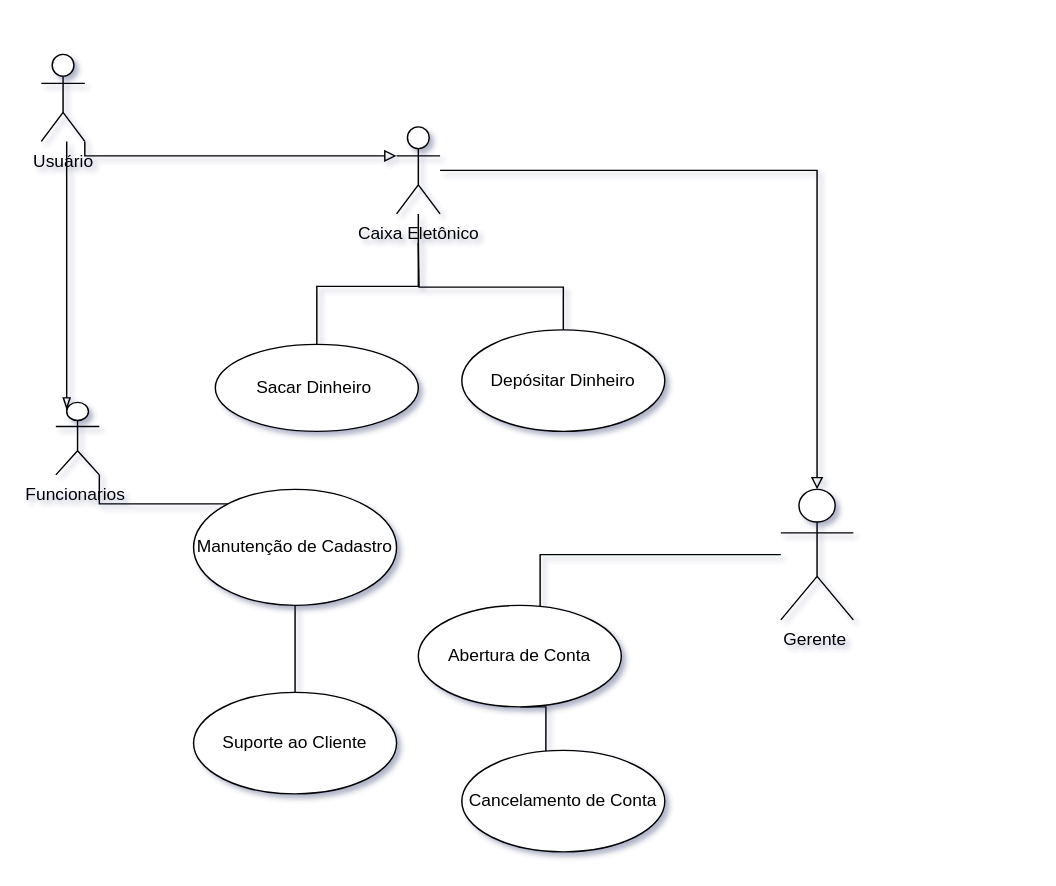
Earlier version of the draw.io diagram exercio1.drawio (ohdiegu/exerciosCasoDeUso-). Source tidied: cells renumbered, new cells numbered last; positions are measured from the earlier drawing's top-left corner, leaving out a move shared by most shapes. Both pictures are drawn from the tidied source at 145%, with x=0, y=0 at pixel (41, 54).
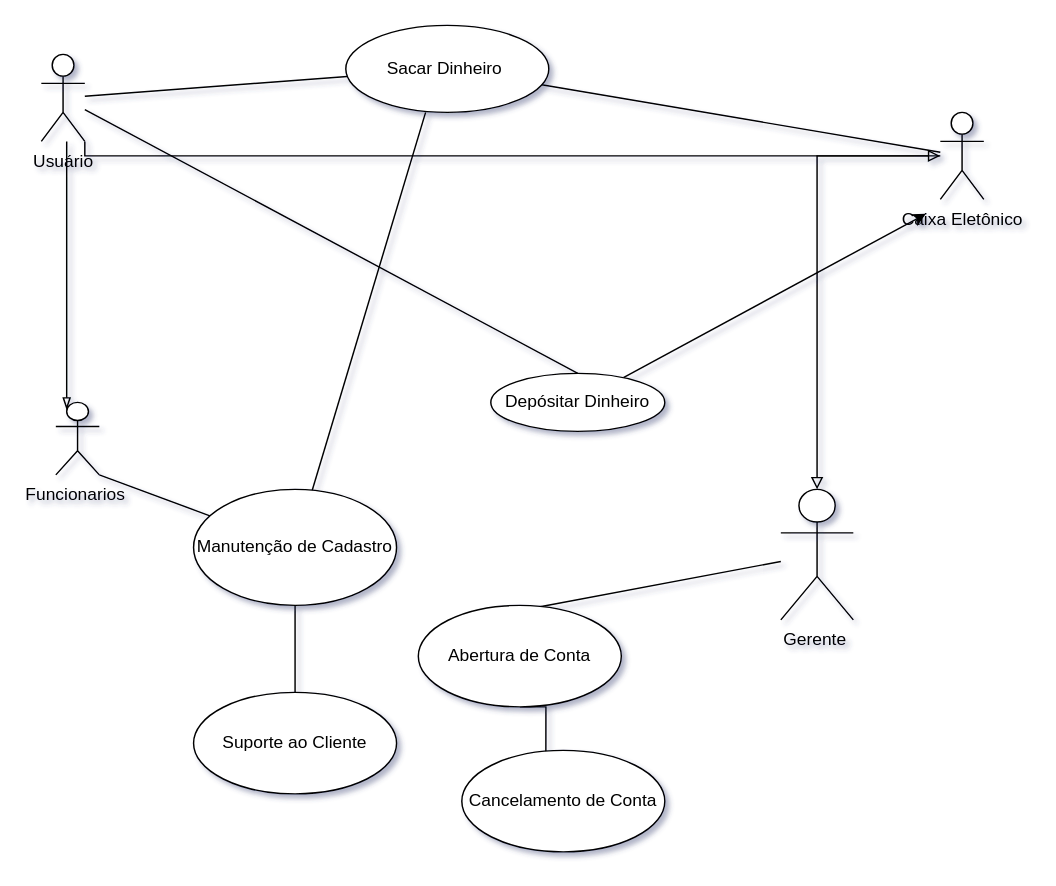
The same diagram, later.

The change refers to these unchanged cells:
```xml
<mxCell id="6" value="Gerente&amp;nbsp;&lt;br&gt;" style="shape=umlActor;html=1;verticalLabelPosition=bottom;verticalAlign=top;align=center;" parent="1" vertex="1">
  <mxGeometry x="510" y="300" width="50" height="90" as="geometry" />
</mxCell>
<mxCell id="8" value="Funcionarios&amp;nbsp;&lt;br&gt;" style="shape=umlActor;html=1;verticalLabelPosition=bottom;verticalAlign=top;align=center;" parent="1" vertex="1">
  <mxGeometry x="10" y="240" width="30" height="50" as="geometry" />
</mxCell>
<mxCell id="10" value="Abertura de Conta" style="ellipse;whiteSpace=wrap;html=1;" parent="1" vertex="1">
  <mxGeometry x="260" y="380" width="140" height="70" as="geometry" />
</mxCell>
<mxCell id="16" value="Usuário&lt;br&gt;" style="shape=umlActor;html=1;verticalLabelPosition=bottom;verticalAlign=top;align=center;" parent="1" vertex="1">
  <mxGeometry width="30" height="60" as="geometry" />
</mxCell>
<mxCell id="19" value="Manutenção de Cadastro" style="ellipse;whiteSpace=wrap;html=1;" parent="1" vertex="1">
  <mxGeometry x="105" y="300" width="140" height="80" as="geometry" />
</mxCell>
```

Change to the diagram source:
```diff
@@
     <mxCell id="2" value="Sacar Dinheiro&amp;nbsp;&lt;br&gt;" style="ellipse;whiteSpace=wrap;html=1;" parent="1" vertex="1">
-      <mxGeometry x="120" y="200" width="140" height="60" as="geometry" />
+      <mxGeometry x="210" y="-20" width="140" height="60" as="geometry" />
     </mxCell>
-    <mxCell id="3" style="edgeStyle=orthogonalEdgeStyle;rounded=0;jettySize=auto;html=1;exitX=0.5;exitY=0;exitDx=0;exitDy=0;endArrow=none;endFill=0;" parent="1" edge="1" source="4">
-      <mxGeometry relative="1" as="geometry">
-        <mxPoint x="260" y="130" as="targetPoint" />
-      </mxGeometry>
+    <mxCell id="3" style="rounded=0;jettySize=auto;html=1;exitX=0.5;exitY=0;exitDx=0;exitDy=0;endArrow=none;endFill=0;" parent="1" edge="1" source="4" target="16">
+      <mxGeometry relative="1" as="geometry" />
     </mxCell>
+    <mxCell id="21" style="rounded=0;jettySize=auto;html=1;" parent="1" edge="1" source="4">
+      <mxGeometry relative="1" as="geometry">
+        <mxPoint x="610" y="110" as="targetPoint" />
+      </mxGeometry>
+    </mxCell>
     <mxCell id="4" value="Depósitar Dinheiro&lt;br&gt;" style="ellipse;whiteSpace=wrap;html=1;" parent="1" vertex="1">
-      <mxGeometry x="290" y="190" width="140" height="70" as="geometry" />
+      <mxGeometry x="310" y="220" width="120" height="40" as="geometry" />
     </mxCell>
-    <mxCell id="5" style="edgeStyle=orthogonalEdgeStyle;rounded=0;jettySize=auto;html=1;entryX=0.6;entryY=0.014;entryDx=0;entryDy=0;entryPerimeter=0;endArrow=none;endFill=0;" parent="1" edge="1" source="6" target="10">
+    <mxCell id="5" style="rounded=0;jettySize=auto;html=1;entryX=0.6;entryY=0.014;entryDx=0;entryDy=0;entryPerimeter=0;endArrow=none;endFill=0;" parent="1" edge="1" source="6" target="10">
       <mxGeometry relative="1" as="geometry" />
     </mxCell>
@@
-    <mxCell id="7" style="edgeStyle=orthogonalEdgeStyle;rounded=0;jettySize=auto;html=1;exitX=1;exitY=1;exitDx=0;exitDy=0;exitPerimeter=0;endArrow=none;endFill=0;" parent="1" edge="1" source="8" target="19">
-      <mxGeometry relative="1" as="geometry">
-        <Array as="points">
-          <mxPoint x="40" y="310" />
-        </Array>
-      </mxGeometry>
+    <mxCell id="7" style="rounded=0;jettySize=auto;html=1;exitX=1;exitY=1;exitDx=0;exitDy=0;exitPerimeter=0;endArrow=none;endFill=0;" parent="1" edge="1" source="8" target="19">
+      <mxGeometry relative="1" as="geometry" />
     </mxCell>
@@
-    <mxCell id="11" style="edgeStyle=orthogonalEdgeStyle;rounded=0;jettySize=auto;html=1;endArrow=none;endFill=0;" parent="1" edge="1" source="13" target="2">
-      <mxGeometry relative="1" as="geometry">
-        <Array as="points">
-          <mxPoint x="260" y="160" />
-          <mxPoint x="190" y="160" />
-        </Array>
-      </mxGeometry>
+    <mxCell id="11" style="rounded=0;jettySize=auto;html=1;endArrow=none;endFill=0;" parent="1" edge="1" source="13" target="2">
+      <mxGeometry relative="1" as="geometry" />
     </mxCell>
@@
     <mxCell id="13" value="Caixa Eletônico&lt;br&gt;" style="shape=umlActor;html=1;verticalLabelPosition=bottom;verticalAlign=top;align=center;" parent="1" vertex="1">
-      <mxGeometry x="245" y="50" width="30" height="60" as="geometry" />
+      <mxGeometry x="620" y="40" width="30" height="60" as="geometry" />
     </mxCell>
@@
+    <mxCell id="22" style="rounded=0;jettySize=auto;html=1;endArrow=none;endFill=0;" parent="1" edge="1" source="16" target="2">
+      <mxGeometry relative="1" as="geometry" />
+    </mxCell>
@@
+    <mxCell id="23" style="rounded=0;jettySize=auto;html=1;entryX=0.393;entryY=1;entryDx=0;entryDy=0;entryPerimeter=0;endArrow=none;endFill=0;" parent="1" edge="1" source="19" target="2">
+      <mxGeometry relative="1" as="geometry" />
+    </mxCell>
```
